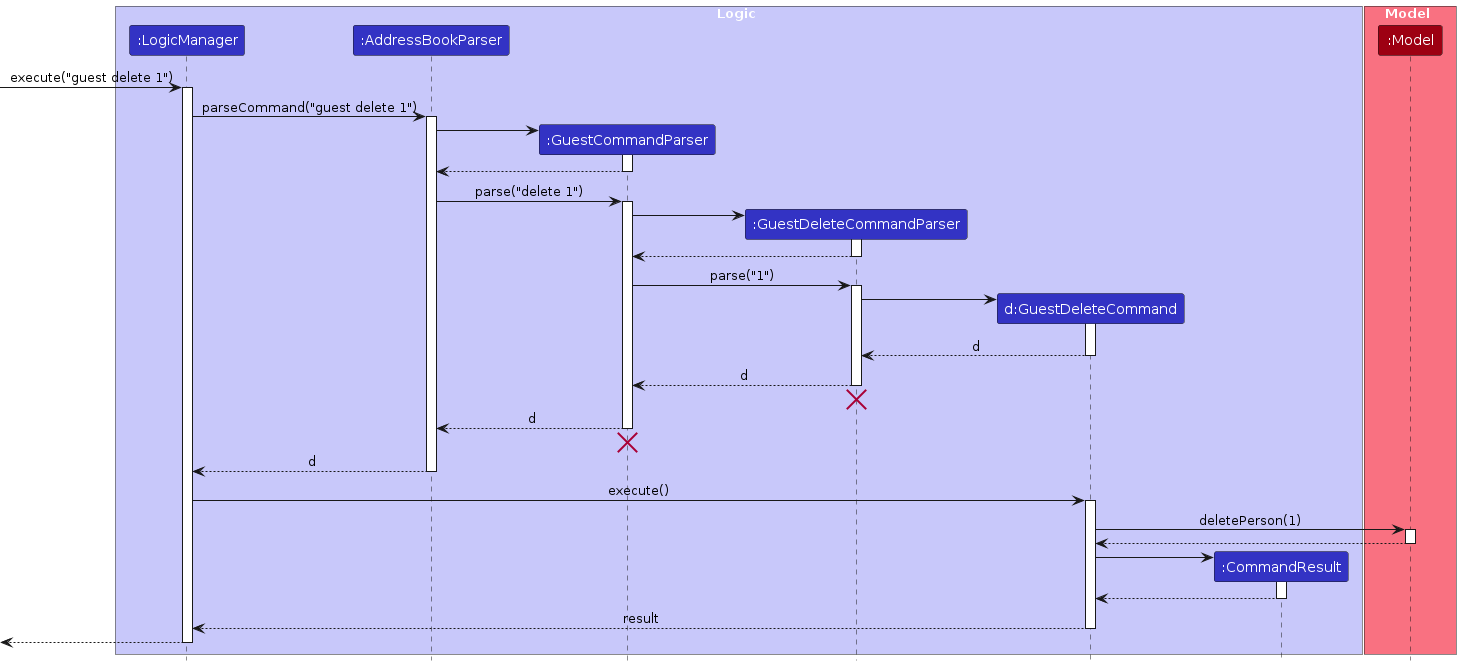
Earlier version of the PlantUML export diagrams/DeleteSequenceDiagram.png (keaganpzh/tp). Its source is kept beside it as diagrams/DeleteSequenceDiagram.puml.
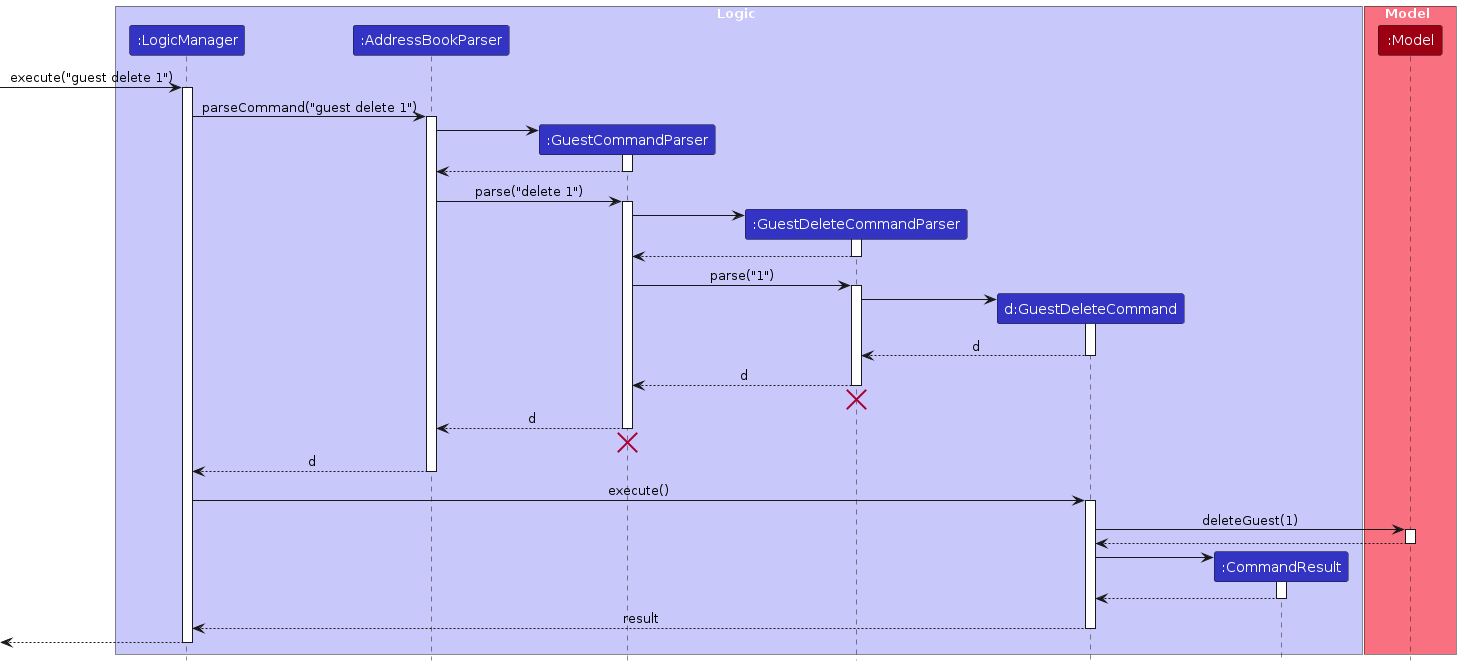
The same file after the commit.

Diff of the diagram source:
```diff
@@ -64,7 +64,7 @@
 LogicManager -> GuestDeleteCommand : execute()
 activate GuestDeleteCommand
 
-GuestDeleteCommand -> Model : deletePerson(1)
+GuestDeleteCommand -> Model : deleteGuest(1)
 activate Model
 
 Model --> GuestDeleteCommand
```
